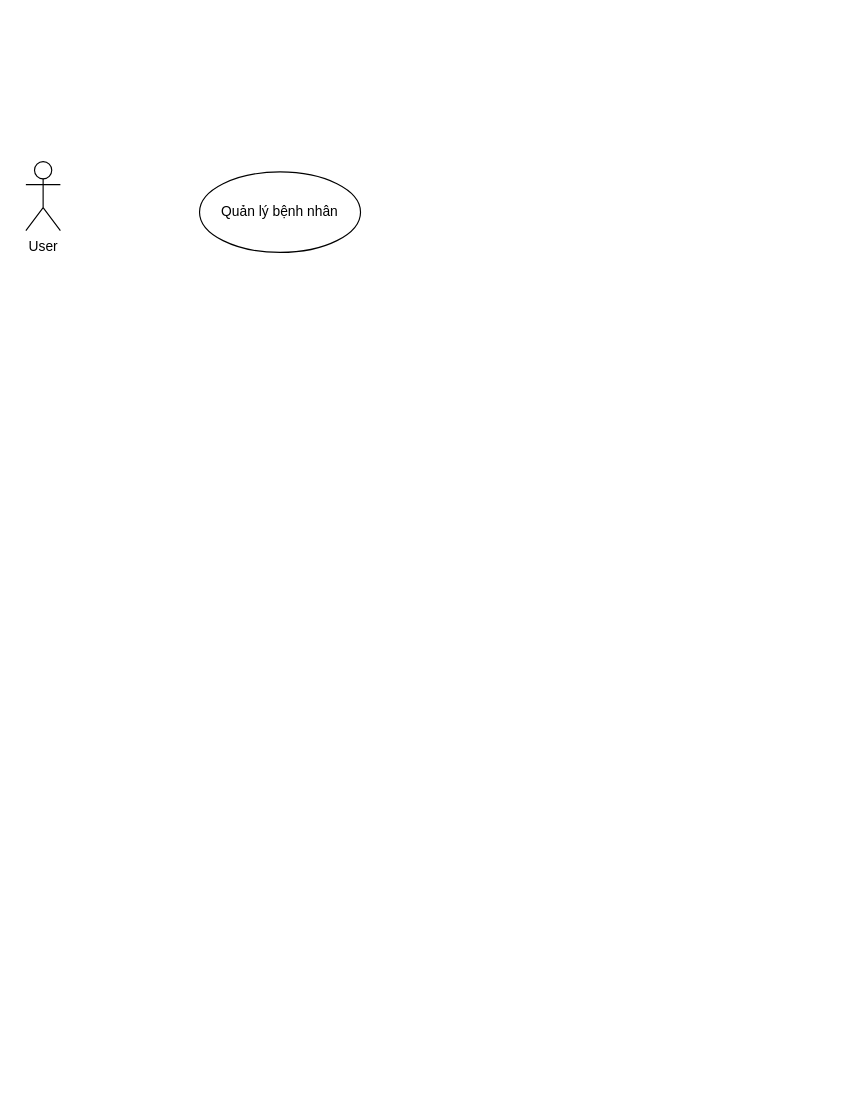
Earlier version of the draw.io diagram designs/vi.drawio (luclegen/medicine16). Source tidied: cells renumbered, new cells numbered last; positions are measured from the earlier drawing's top-left corner, leaving out a move shared by most shapes. Both pictures are drawn from the tidied source at 115%, with x=0, y=0 at pixel (25, 161).
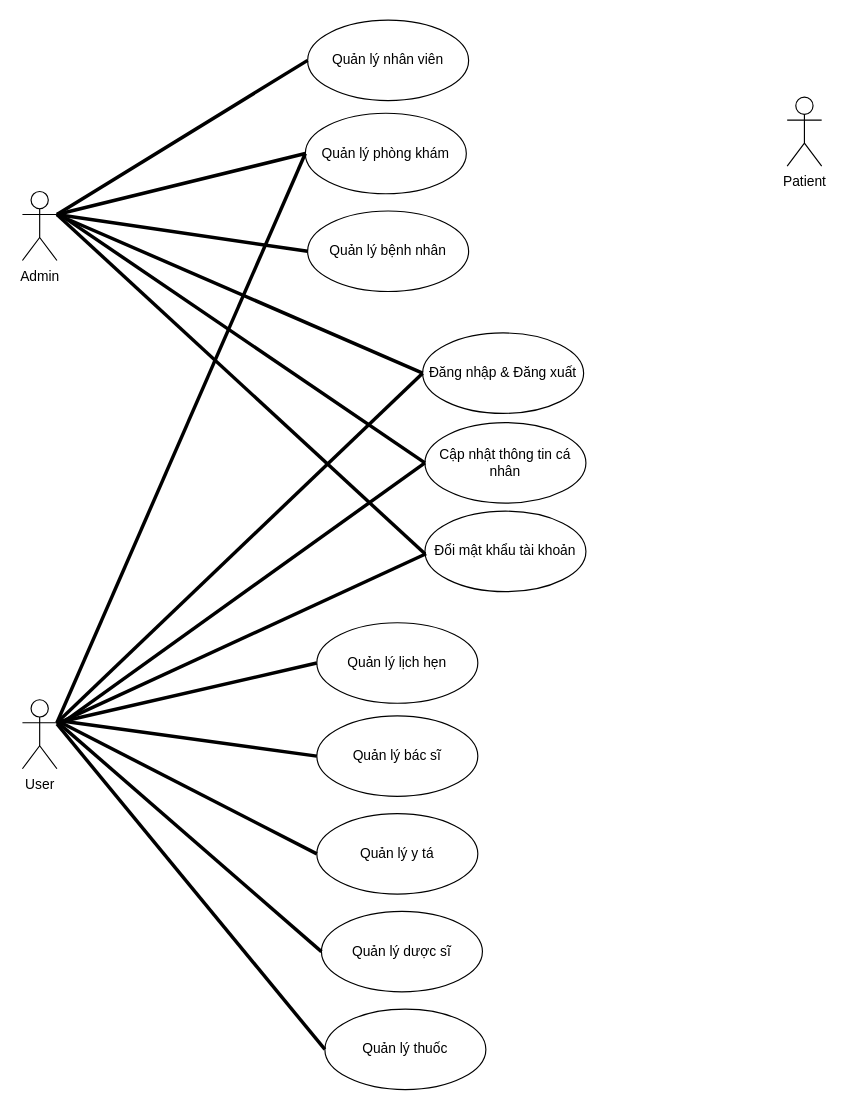
Above is the later version.

Change to the diagram source:
```diff
@@
-    <mxCell id="2" value="User" style="shape=umlActor;verticalLabelPosition=bottom;verticalAlign=top;html=1;" parent="1" vertex="1">
-      <mxGeometry width="30" height="60" as="geometry" />
+    <mxCell id="2" value="Admin" style="shape=umlActor;verticalLabelPosition=bottom;verticalAlign=top;html=1;" parent="1" vertex="1">
+      <mxGeometry x="-3" y="26" width="30" height="60" as="geometry" />
     </mxCell>
-    <mxCell id="3" value="Quản lý bệnh nhân" style="ellipse;whiteSpace=wrap;html=1;" parent="1" vertex="1">
-      <mxGeometry x="151" y="9" width="140" height="70" as="geometry" />
+    <mxCell id="3" value="Quản lý nhân viên" style="ellipse;whiteSpace=wrap;html=1;" parent="1" vertex="1">
+      <mxGeometry x="245" y="-123" width="140" height="70" as="geometry" />
     </mxCell>
+    <mxCell id="4" value="Quản lý phòng khám" style="ellipse;whiteSpace=wrap;html=1;" parent="1" vertex="1">
+      <mxGeometry x="243" y="-42" width="140" height="70" as="geometry" />
+    </mxCell>
+    <mxCell id="5" value="Quản lý bệnh nhân" style="ellipse;whiteSpace=wrap;html=1;" parent="1" vertex="1">
+      <mxGeometry x="245" y="43" width="140" height="70" as="geometry" />
+    </mxCell>
+    <mxCell id="6" style="endArrow=none;startArrow=none;endFill=0;startFill=0;endSize=8;html=1;verticalAlign=bottom;labelBackgroundColor=none;strokeWidth=3;exitX=1;exitY=0.3333333333333333;exitDx=0;exitDy=0;exitPerimeter=0;entryX=0;entryY=0.5;entryDx=0;entryDy=0;" parent="1" edge="1" source="2" target="3">
+      <mxGeometry relative="1" as="geometry" />
+    </mxCell>
+    <mxCell id="7" style="endArrow=none;startArrow=none;endFill=0;startFill=0;endSize=8;html=1;verticalAlign=bottom;labelBackgroundColor=none;strokeWidth=3;exitX=1;exitY=0.3333333333333333;exitDx=0;exitDy=0;exitPerimeter=0;entryX=0;entryY=0.5;entryDx=0;entryDy=0;" parent="1" edge="1" source="2" target="4">
+      <mxGeometry relative="1" as="geometry" />
+    </mxCell>
+    <mxCell id="8" style="endArrow=none;startArrow=none;endFill=0;startFill=0;endSize=8;html=1;verticalAlign=bottom;labelBackgroundColor=none;strokeWidth=3;exitX=1;exitY=0.3333333333333333;exitDx=0;exitDy=0;exitPerimeter=0;entryX=0;entryY=0.5;entryDx=0;entryDy=0;" parent="1" edge="1" source="2" target="5">
+      <mxGeometry relative="1" as="geometry" />
+    </mxCell>
+    <mxCell id="9" value="User" style="shape=umlActor;verticalLabelPosition=bottom;verticalAlign=top;html=1;" parent="1" vertex="1">
+      <mxGeometry x="-3" y="468" width="30" height="60" as="geometry" />
+    </mxCell>
+    <mxCell id="10" value="Đăng nhập &amp;amp; Đăng xuất" style="ellipse;whiteSpace=wrap;html=1;" parent="1" vertex="1">
+      <mxGeometry x="345" y="149" width="140" height="70" as="geometry" />
+    </mxCell>
+    <mxCell id="11" value="Cập nhật thông tin cá nhân" style="ellipse;whiteSpace=wrap;html=1;" parent="1" vertex="1">
+      <mxGeometry x="347" y="227" width="140" height="70" as="geometry" />
+    </mxCell>
+    <mxCell id="12" value="Đổi mật khẩu tài khoản" style="ellipse;whiteSpace=wrap;html=1;" parent="1" vertex="1">
+      <mxGeometry x="347" y="304" width="140" height="70" as="geometry" />
+    </mxCell>
+    <mxCell id="13" style="endArrow=none;startArrow=none;endFill=0;startFill=0;endSize=8;html=1;verticalAlign=bottom;labelBackgroundColor=none;strokeWidth=3;exitX=1;exitY=0.3333333333333333;exitDx=0;exitDy=0;exitPerimeter=0;entryX=0;entryY=0.5;entryDx=0;entryDy=0;" parent="1" edge="1" source="2" target="10">
+      <mxGeometry relative="1" as="geometry" />
+    </mxCell>
+    <mxCell id="14" style="endArrow=none;startArrow=none;endFill=0;startFill=0;endSize=8;html=1;verticalAlign=bottom;labelBackgroundColor=none;strokeWidth=3;entryX=0;entryY=0.5;entryDx=0;entryDy=0;" parent="1" edge="1" target="11">
+      <mxGeometry relative="1" as="geometry">
+        <mxPoint x="28" y="45" as="sourcePoint" />
+      </mxGeometry>
+    </mxCell>
+    <mxCell id="15" style="endArrow=none;startArrow=none;endFill=0;startFill=0;endSize=8;html=1;verticalAlign=bottom;labelBackgroundColor=none;strokeWidth=3;exitX=1;exitY=0.3333333333333333;exitDx=0;exitDy=0;exitPerimeter=0;entryX=0;entryY=0.529;entryDx=0;entryDy=0;entryPerimeter=0;" parent="1" edge="1" source="2" target="12">
+      <mxGeometry relative="1" as="geometry" />
+    </mxCell>
+    <mxCell id="16" style="endArrow=none;startArrow=none;endFill=0;startFill=0;endSize=8;html=1;verticalAlign=bottom;labelBackgroundColor=none;strokeWidth=3;exitX=1;exitY=0.3333333333333333;exitDx=0;exitDy=0;exitPerimeter=0;entryX=0;entryY=0.5;entryDx=0;entryDy=0;" parent="1" edge="1" source="9" target="4">
+      <mxGeometry relative="1" as="geometry" />
+    </mxCell>
+    <mxCell id="17" value="Quản lý lịch hẹn" style="ellipse;whiteSpace=wrap;html=1;" parent="1" vertex="1">
+      <mxGeometry x="253" y="401" width="140" height="70" as="geometry" />
+    </mxCell>
+    <mxCell id="18" value="Quản lý bác sĩ" style="ellipse;whiteSpace=wrap;html=1;" parent="1" vertex="1">
+      <mxGeometry x="253" y="482" width="140" height="70" as="geometry" />
+    </mxCell>
+    <mxCell id="19" value="Quản lý y tá" style="ellipse;whiteSpace=wrap;html=1;" parent="1" vertex="1">
+      <mxGeometry x="253" y="567" width="140" height="70" as="geometry" />
+    </mxCell>
+    <mxCell id="20" value="Quản lý dược sĩ" style="ellipse;whiteSpace=wrap;html=1;" parent="1" vertex="1">
+      <mxGeometry x="257" y="652" width="140" height="70" as="geometry" />
+    </mxCell>
+    <mxCell id="21" value="Quản lý thuốc" style="ellipse;whiteSpace=wrap;html=1;" parent="1" vertex="1">
+      <mxGeometry x="260" y="737" width="140" height="70" as="geometry" />
+    </mxCell>
+    <mxCell id="22" style="endArrow=none;startArrow=none;endFill=0;startFill=0;endSize=8;html=1;verticalAlign=bottom;labelBackgroundColor=none;strokeWidth=3;exitX=1;exitY=0.3333333333333333;exitDx=0;exitDy=0;exitPerimeter=0;entryX=0;entryY=0.5;entryDx=0;entryDy=0;" parent="1" edge="1" source="9" target="17">
+      <mxGeometry relative="1" as="geometry" />
+    </mxCell>
+    <mxCell id="23" style="endArrow=none;startArrow=none;endFill=0;startFill=0;endSize=8;html=1;verticalAlign=bottom;labelBackgroundColor=none;strokeWidth=3;entryX=0;entryY=0.5;entryDx=0;entryDy=0;" parent="1" edge="1" target="18">
+      <mxGeometry relative="1" as="geometry">
+        <mxPoint x="28" y="486" as="sourcePoint" />
+      </mxGeometry>
+    </mxCell>
+    <mxCell id="24" style="endArrow=none;startArrow=none;endFill=0;startFill=0;endSize=8;html=1;verticalAlign=bottom;labelBackgroundColor=none;strokeWidth=3;entryX=0;entryY=0.5;entryDx=0;entryDy=0;" parent="1" edge="1" target="19">
+      <mxGeometry relative="1" as="geometry">
+        <mxPoint x="27" y="486" as="sourcePoint" />
+      </mxGeometry>
+    </mxCell>
+    <mxCell id="25" style="endArrow=none;startArrow=none;endFill=0;startFill=0;endSize=8;html=1;verticalAlign=bottom;labelBackgroundColor=none;strokeWidth=3;entryX=0;entryY=0.5;entryDx=0;entryDy=0;" parent="1" edge="1" target="20">
+      <mxGeometry relative="1" as="geometry">
+        <mxPoint x="27" y="487" as="sourcePoint" />
+      </mxGeometry>
+    </mxCell>
+    <mxCell id="26" style="endArrow=none;startArrow=none;endFill=0;startFill=0;endSize=8;html=1;verticalAlign=bottom;labelBackgroundColor=none;strokeWidth=3;entryX=0;entryY=0.5;entryDx=0;entryDy=0;" parent="1" edge="1" target="21">
+      <mxGeometry relative="1" as="geometry">
+        <mxPoint x="27" y="489" as="sourcePoint" />
+      </mxGeometry>
+    </mxCell>
+    <mxCell id="27" style="endArrow=none;startArrow=none;endFill=0;startFill=0;endSize=8;html=1;verticalAlign=bottom;labelBackgroundColor=none;strokeWidth=3;" parent="1" edge="1">
+      <mxGeometry relative="1" as="geometry">
+        <mxPoint x="27" y="489" as="sourcePoint" />
+        <mxPoint x="348" y="341" as="targetPoint" />
+      </mxGeometry>
+    </mxCell>
+    <mxCell id="28" style="endArrow=none;startArrow=none;endFill=0;startFill=0;endSize=8;html=1;verticalAlign=bottom;labelBackgroundColor=none;strokeWidth=3;entryX=0;entryY=0.5;entryDx=0;entryDy=0;" parent="1" edge="1" target="11">
+      <mxGeometry relative="1" as="geometry">
+        <mxPoint x="29" y="490" as="sourcePoint" />
+      </mxGeometry>
+    </mxCell>
+    <mxCell id="29" style="endArrow=none;startArrow=none;endFill=0;startFill=0;endSize=8;html=1;verticalAlign=bottom;labelBackgroundColor=none;strokeWidth=3;exitX=1;exitY=0.3333333333333333;exitDx=0;exitDy=0;exitPerimeter=0;entryX=0;entryY=0.5;entryDx=0;entryDy=0;" parent="1" edge="1" source="9" target="10">
+      <mxGeometry relative="1" as="geometry" />
+    </mxCell>
+    <mxCell id="30" value="Patient" style="shape=umlActor;verticalLabelPosition=bottom;verticalAlign=top;html=1;" parent="1" vertex="1">
+      <mxGeometry x="662" y="-56" width="30" height="60" as="geometry" />
+    </mxCell>
```
